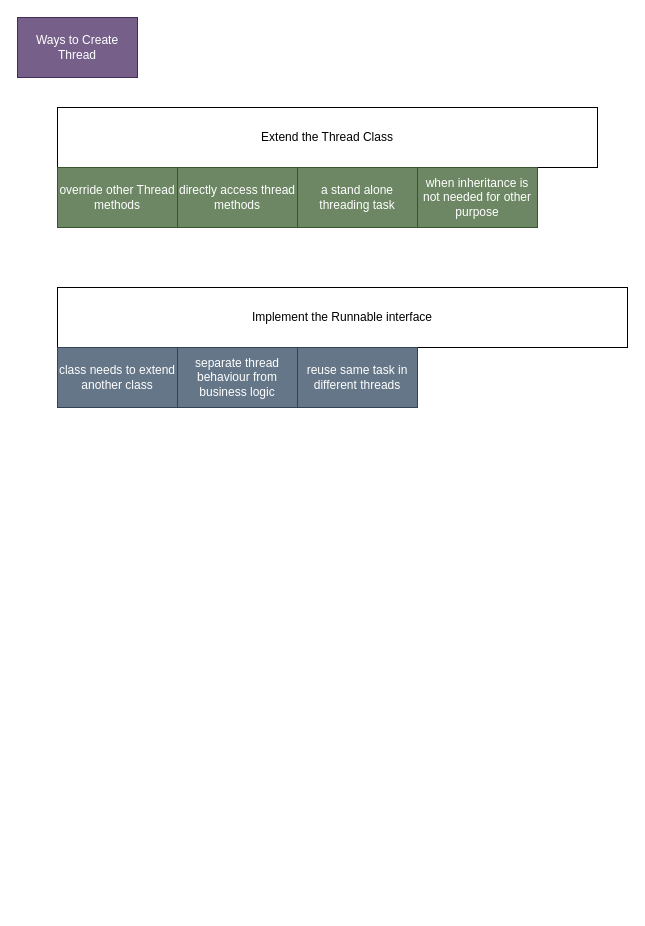
Earlier version of the draw.io diagram page "work-area" (13 of 13) of Diagrams/New Features Java.drawio (THRGLO02MAY2025GIT-HUB/THRGLO02MAY2025GIT-REPO). Source tidied: cells renumbered, new cells numbered last; positions are measured from the earlier drawing's top-left corner, leaving out a move shared by most shapes. Both pictures are drawn from the tidied source at 100%, with x=0, y=0 at pixel (17, 17).
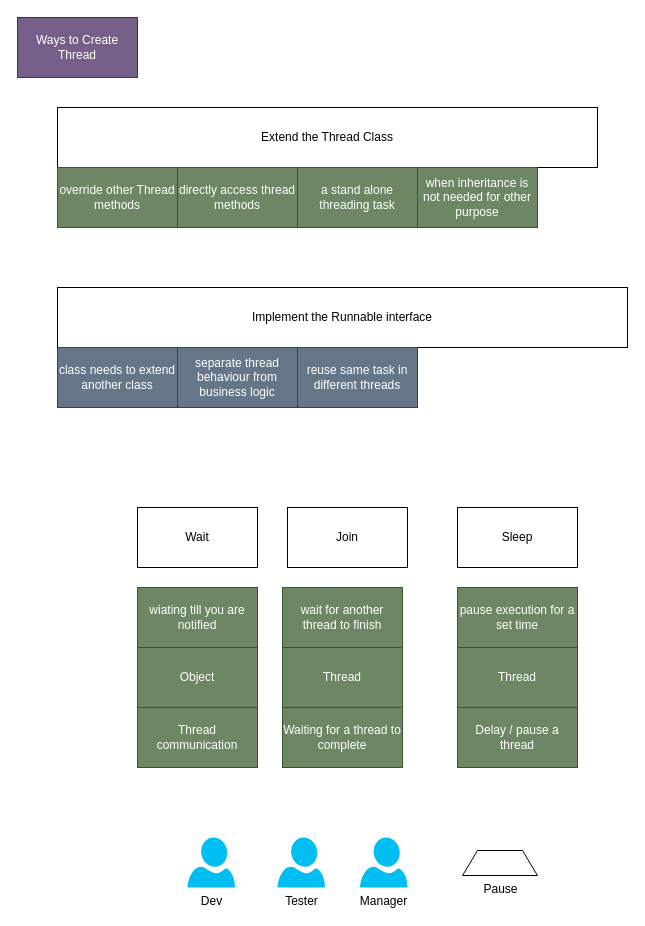
After the change.

Change to the diagram source:
```diff
@@
+    <mxCell id="12" value="Wait" style="rounded=0;whiteSpace=wrap;html=1;" parent="1" vertex="1">
+      <mxGeometry x="120" y="490" width="120" height="60" as="geometry" />
+    </mxCell>
+    <mxCell id="13" value="Join" style="rounded=0;whiteSpace=wrap;html=1;" parent="1" vertex="1">
+      <mxGeometry x="270" y="490" width="120" height="60" as="geometry" />
+    </mxCell>
+    <mxCell id="14" value="Sleep" style="rounded=0;whiteSpace=wrap;html=1;" parent="1" vertex="1">
+      <mxGeometry x="440" y="490" width="120" height="60" as="geometry" />
+    </mxCell>
+    <mxCell id="15" value="wiating till you are notified" style="rounded=0;whiteSpace=wrap;html=1;fillColor=#6d8764;fontColor=#ffffff;strokeColor=#3A5431;" parent="1" vertex="1">
+      <mxGeometry x="120" y="570" width="120" height="60" as="geometry" />
+    </mxCell>
+    <mxCell id="16" value="wait for another thread to finish" style="rounded=0;whiteSpace=wrap;html=1;fillColor=#6d8764;fontColor=#ffffff;strokeColor=#3A5431;" parent="1" vertex="1">
+      <mxGeometry x="265" y="570" width="120" height="60" as="geometry" />
+    </mxCell>
+    <mxCell id="17" value="pause execution for a set time" style="rounded=0;whiteSpace=wrap;html=1;fillColor=#6d8764;fontColor=#ffffff;strokeColor=#3A5431;" parent="1" vertex="1">
+      <mxGeometry x="440" y="570" width="120" height="60" as="geometry" />
+    </mxCell>
+    <mxCell id="18" value="Object" style="rounded=0;whiteSpace=wrap;html=1;fillColor=#6d8764;fontColor=#ffffff;strokeColor=#3A5431;" parent="1" vertex="1">
+      <mxGeometry x="120" y="630" width="120" height="60" as="geometry" />
+    </mxCell>
+    <mxCell id="19" value="Thread" style="rounded=0;whiteSpace=wrap;html=1;fillColor=#6d8764;fontColor=#ffffff;strokeColor=#3A5431;" parent="1" vertex="1">
+      <mxGeometry x="265" y="630" width="120" height="60" as="geometry" />
+    </mxCell>
+    <mxCell id="20" value="Thread" style="rounded=0;whiteSpace=wrap;html=1;fillColor=#6d8764;fontColor=#ffffff;strokeColor=#3A5431;" parent="1" vertex="1">
+      <mxGeometry x="440" y="630" width="120" height="60" as="geometry" />
+    </mxCell>
+    <mxCell id="21" value="Thread communication" style="rounded=0;whiteSpace=wrap;html=1;fillColor=#6d8764;fontColor=#ffffff;strokeColor=#3A5431;" parent="1" vertex="1">
+      <mxGeometry x="120" y="690" width="120" height="60" as="geometry" />
+    </mxCell>
+    <mxCell id="22" value="Waiting for a thread to complete" style="rounded=0;whiteSpace=wrap;html=1;fillColor=#6d8764;fontColor=#ffffff;strokeColor=#3A5431;" parent="1" vertex="1">
+      <mxGeometry x="265" y="690" width="120" height="60" as="geometry" />
+    </mxCell>
+    <mxCell id="23" value="Delay / pause a thread" style="rounded=0;whiteSpace=wrap;html=1;fillColor=#6d8764;fontColor=#ffffff;strokeColor=#3A5431;" parent="1" vertex="1">
+      <mxGeometry x="440" y="690" width="120" height="60" as="geometry" />
+    </mxCell>
+    <mxCell id="24" value="Tester" style="verticalLabelPosition=bottom;html=1;verticalAlign=top;align=center;strokeColor=none;fillColor=#00BEF2;shape=mxgraph.azure.user;" parent="1" vertex="1">
+      <mxGeometry x="260" y="820" width="47.5" height="50" as="geometry" />
+    </mxCell>
+    <mxCell id="25" value="Dev" style="verticalLabelPosition=bottom;html=1;verticalAlign=top;align=center;strokeColor=none;fillColor=#00BEF2;shape=mxgraph.azure.user;" parent="1" vertex="1">
+      <mxGeometry x="170" y="820" width="47.5" height="50" as="geometry" />
+    </mxCell>
+    <mxCell id="26" value="Manager" style="verticalLabelPosition=bottom;html=1;verticalAlign=top;align=center;strokeColor=none;fillColor=#00BEF2;shape=mxgraph.azure.user;" parent="1" vertex="1">
+      <mxGeometry x="342.5" y="820" width="47.5" height="50" as="geometry" />
+    </mxCell>
+    <mxCell id="27" value="Pause" style="verticalLabelPosition=bottom;shadow=0;dashed=0;align=center;html=1;verticalAlign=top;strokeWidth=1;shape=trapezoid;perimeter=none;" parent="1" vertex="1">
+      <mxGeometry x="445" y="833" width="75" height="25" as="geometry" />
+    </mxCell>
```
